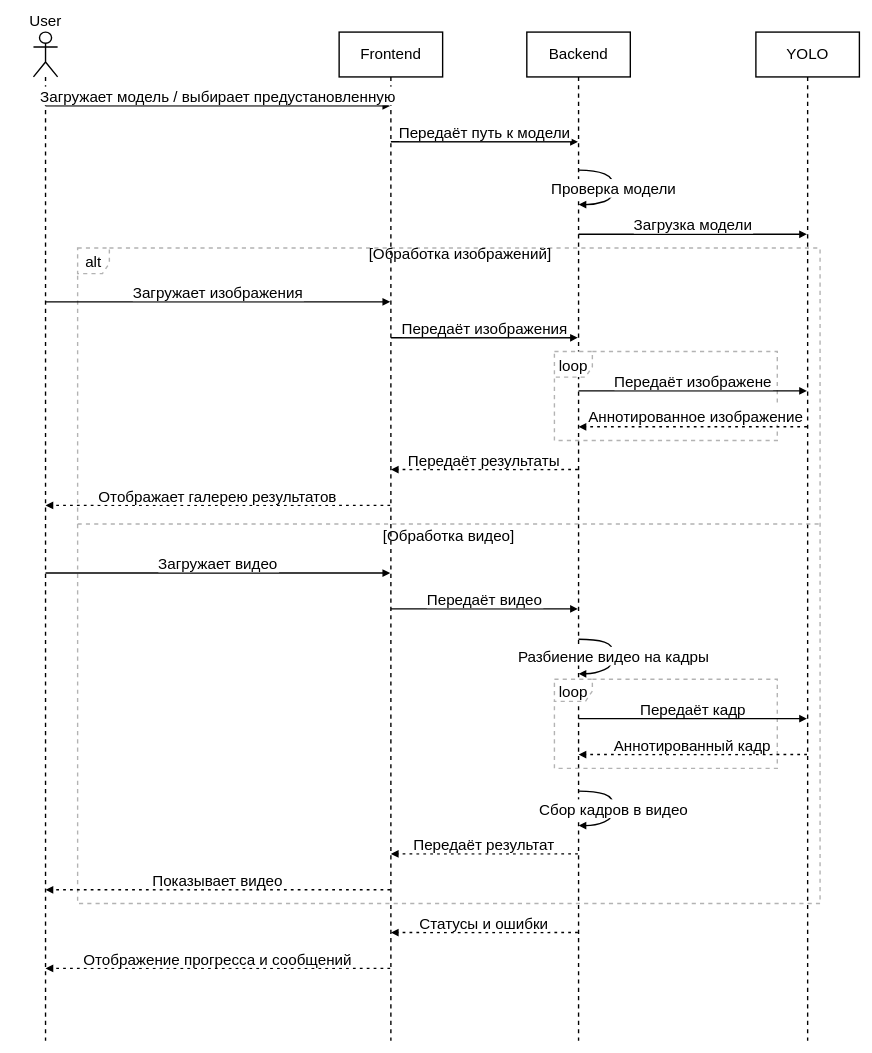
Above: ВКР/Диаграмма.drawio in FaceMan01/Homework (draw.io), before the change. Source tidied: cells renumbered, new cells numbered last; positions are measured from the earlier drawing's top-left corner, leaving out a move shared by most shapes. Both pictures are drawn from the tidied source at 69%, with x=0, y=0 at pixel (33, 32).
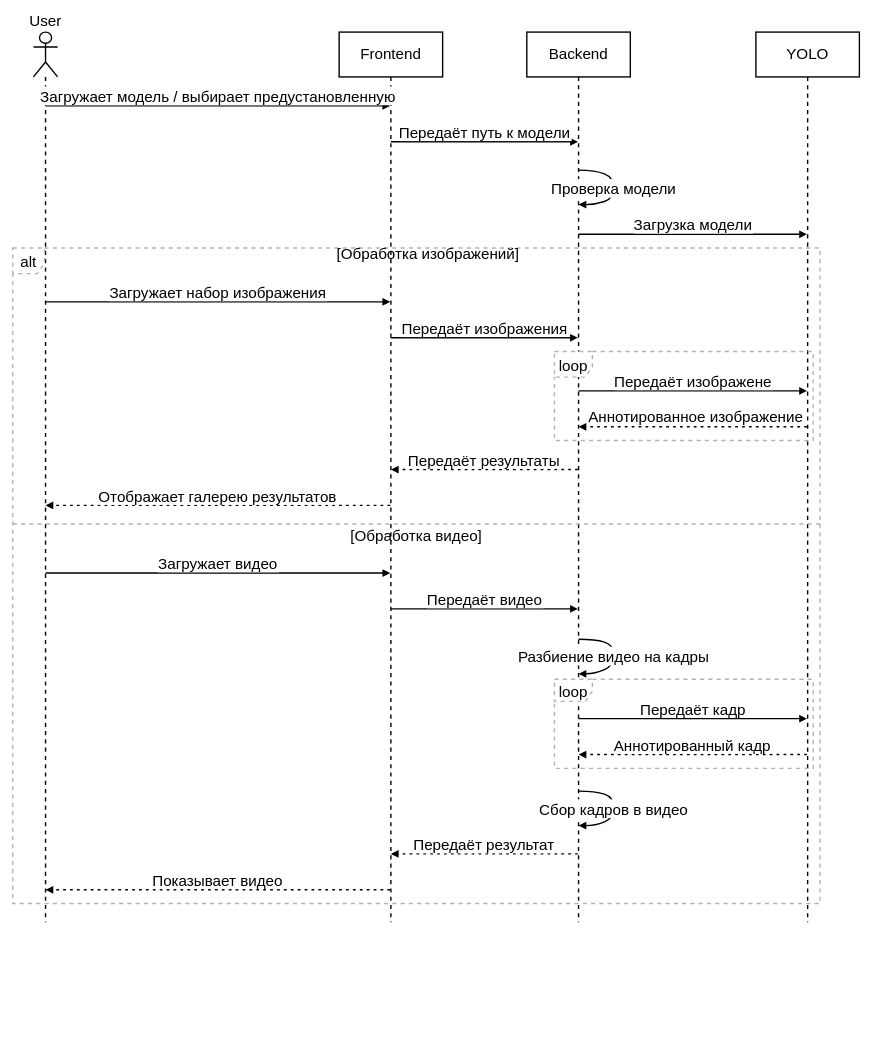
After the change.

What changed in the source:
```diff
@@
     <mxCell id="2" value="User" style="shape=umlLifeline;perimeter=lifelinePerimeter;whiteSpace=wrap;outlineConnect=0;portConstraint=eastwest;newEdgeStyle={&quot;edgeStyle&quot;:&quot;elbowEdgeStyle&quot;,&quot;elbow&quot;:&quot;vertical&quot;,&quot;curved&quot;:0,&quot;rounded&quot;:0};participant=umlActor;verticalAlign=bottom;labelPosition=center;verticalLabelPosition=top;align=center;size=65;fontSize=22;strokeWidth=2;shadow=0;" parent="1" vertex="1">
-      <mxGeometry width="35" height="1462" as="geometry" />
+      <mxGeometry width="35" height="1290" as="geometry" />
     </mxCell>
     <mxCell id="3" value="Frontend" style="shape=umlLifeline;perimeter=lifelinePerimeter;whiteSpace=wrap;outlineConnect=0;portConstraint=eastwest;newEdgeStyle={&quot;edgeStyle&quot;:&quot;elbowEdgeStyle&quot;,&quot;elbow&quot;:&quot;vertical&quot;,&quot;curved&quot;:0,&quot;rounded&quot;:0};size=65;fontSize=22;strokeWidth=2;shadow=0;" parent="1" vertex="1">
-      <mxGeometry x="443" width="150" height="1462" as="geometry" />
+      <mxGeometry x="443" width="150" height="1290" as="geometry" />
     </mxCell>
     <mxCell id="4" value="Backend" style="shape=umlLifeline;perimeter=lifelinePerimeter;whiteSpace=wrap;outlineConnect=0;portConstraint=eastwest;newEdgeStyle={&quot;edgeStyle&quot;:&quot;elbowEdgeStyle&quot;,&quot;elbow&quot;:&quot;vertical&quot;,&quot;curved&quot;:0,&quot;rounded&quot;:0};size=65;fontSize=22;strokeWidth=2;shadow=0;" parent="1" vertex="1">
-      <mxGeometry x="715" width="150" height="1462" as="geometry" />
+      <mxGeometry x="715" width="150" height="1290" as="geometry" />
     </mxCell>
     <mxCell id="5" value="YOLO" style="shape=umlLifeline;perimeter=lifelinePerimeter;whiteSpace=wrap;outlineConnect=0;portConstraint=eastwest;newEdgeStyle={&quot;edgeStyle&quot;:&quot;elbowEdgeStyle&quot;,&quot;elbow&quot;:&quot;vertical&quot;,&quot;curved&quot;:0,&quot;rounded&quot;:0};size=65;fontSize=22;strokeWidth=2;shadow=0;" parent="1" vertex="1">
-      <mxGeometry x="1047" width="150" height="1462" as="geometry" />
+      <mxGeometry x="1047" width="150" height="1290" as="geometry" />
     </mxCell>
     <mxCell id="6" value="loop" style="shape=umlFrame;dashed=1;strokeColor=#B3B3B3;height=37;width=55;fontSize=22;strokeWidth=2;shadow=0;" parent="1" vertex="1">
-      <mxGeometry x="755" y="463" width="323" height="129" as="geometry" />
+      <mxGeometry x="755" y="463" width="375" height="129" as="geometry" />
     </mxCell>
     <mxCell id="7" style="text;strokeColor=none;fillColor=none;align=center;verticalAlign=middle;whiteSpace=wrap;fontSize=22;strokeWidth=2;shadow=0;" parent="6" vertex="1">
-      <mxGeometry x="40" width="283" height="20" as="geometry" />
+      <mxGeometry x="46.4" width="328.6" height="20" as="geometry" />
     </mxCell>
     <mxCell id="8" value="loop" style="shape=umlFrame;dashed=1;strokeColor=#B3B3B3;height=32;width=55;fontSize=22;strokeWidth=2;shadow=0;" parent="1" vertex="1">
-      <mxGeometry x="755" y="938" width="323" height="129" as="geometry" />
+      <mxGeometry x="755" y="938" width="375" height="129" as="geometry" />
     </mxCell>
     <mxCell id="9" style="text;strokeColor=none;fillColor=none;align=center;verticalAlign=middle;whiteSpace=wrap;fontSize=22;strokeWidth=2;shadow=0;" parent="8" vertex="1">
-      <mxGeometry x="40" width="283" height="20" as="geometry" />
+      <mxGeometry x="46.4" width="328.6" height="20" as="geometry" />
     </mxCell>
     <mxCell id="10" value="alt" style="shape=umlFrame;dashed=1;strokeColor=#B3B3B3;height=37;width=46;fontSize=22;strokeWidth=2;shadow=0;" parent="1" vertex="1">
-      <mxGeometry x="64" y="313" width="1076" height="950" as="geometry" />
+      <mxGeometry x="-30" y="313" width="1170" height="950" as="geometry" />
     </mxCell>
     <mxCell id="11" value="[Обработка изображений]" style="text;strokeColor=none;fillColor=none;align=center;verticalAlign=middle;whiteSpace=wrap;fontSize=22;strokeWidth=2;shadow=0;" parent="10" vertex="1">
-      <mxGeometry x="31.5" width="1044.5" height="20" as="geometry" />
+      <mxGeometry x="34.3" width="1135.7" height="20" as="geometry" />
     </mxCell>
     <mxCell id="12" value="[Обработка видео]" style="shape=line;dashed=1;whiteSpace=wrap;verticalAlign=top;labelPosition=center;verticalLabelPosition=middle;align=center;strokeColor=#B3B3B3;fontSize=22;strokeWidth=2;shadow=0;" parent="10" vertex="1">
-      <mxGeometry y="398" width="1076" height="4" as="geometry" />
+      <mxGeometry y="398" width="1170" height="4" as="geometry" />
     </mxCell>
@@
-    <mxCell id="17" value="Загружает изображения" style="verticalAlign=bottom;edgeStyle=elbowEdgeStyle;elbow=vertical;curved=0;rounded=0;endArrow=block;fontSize=22;strokeWidth=2;shadow=0;" parent="1" edge="1" source="2" target="3">
+    <mxCell id="17" value="Загружает набор изображения" style="verticalAlign=bottom;edgeStyle=elbowEdgeStyle;elbow=vertical;curved=0;rounded=0;endArrow=block;fontSize=22;strokeWidth=2;shadow=0;" parent="1" edge="1" source="2" target="3">
       <mxGeometry relative="1" as="geometry">
         <Array as="points">
           <mxPoint x="305" y="391" />
         </Array>
       </mxGeometry>
     </mxCell>
@@
-    <mxCell id="31" value="Статусы и ошибки" style="verticalAlign=bottom;edgeStyle=elbowEdgeStyle;elbow=vertical;curved=0;rounded=0;dashed=1;dashPattern=2 3;endArrow=block;fontSize=22;strokeWidth=2;shadow=0;" parent="1" edge="1" source="4" target="3">
-      <mxGeometry relative="1" as="geometry">
-        <Array as="points">
-          <mxPoint x="654" y="1305" />
-        </Array>
-      </mxGeometry>
-    </mxCell>
-    <mxCell id="32" value="Отображение прогресса и сообщений" style="verticalAlign=bottom;edgeStyle=elbowEdgeStyle;elbow=vertical;curved=0;rounded=0;dashed=1;dashPattern=2 3;endArrow=block;fontSize=22;strokeWidth=2;shadow=0;" parent="1" edge="1" source="3" target="2">
-      <mxGeometry relative="1" as="geometry">
-        <Array as="points">
-          <mxPoint x="308" y="1357" />
-        </Array>
-      </mxGeometry>
-    </mxCell>
```
